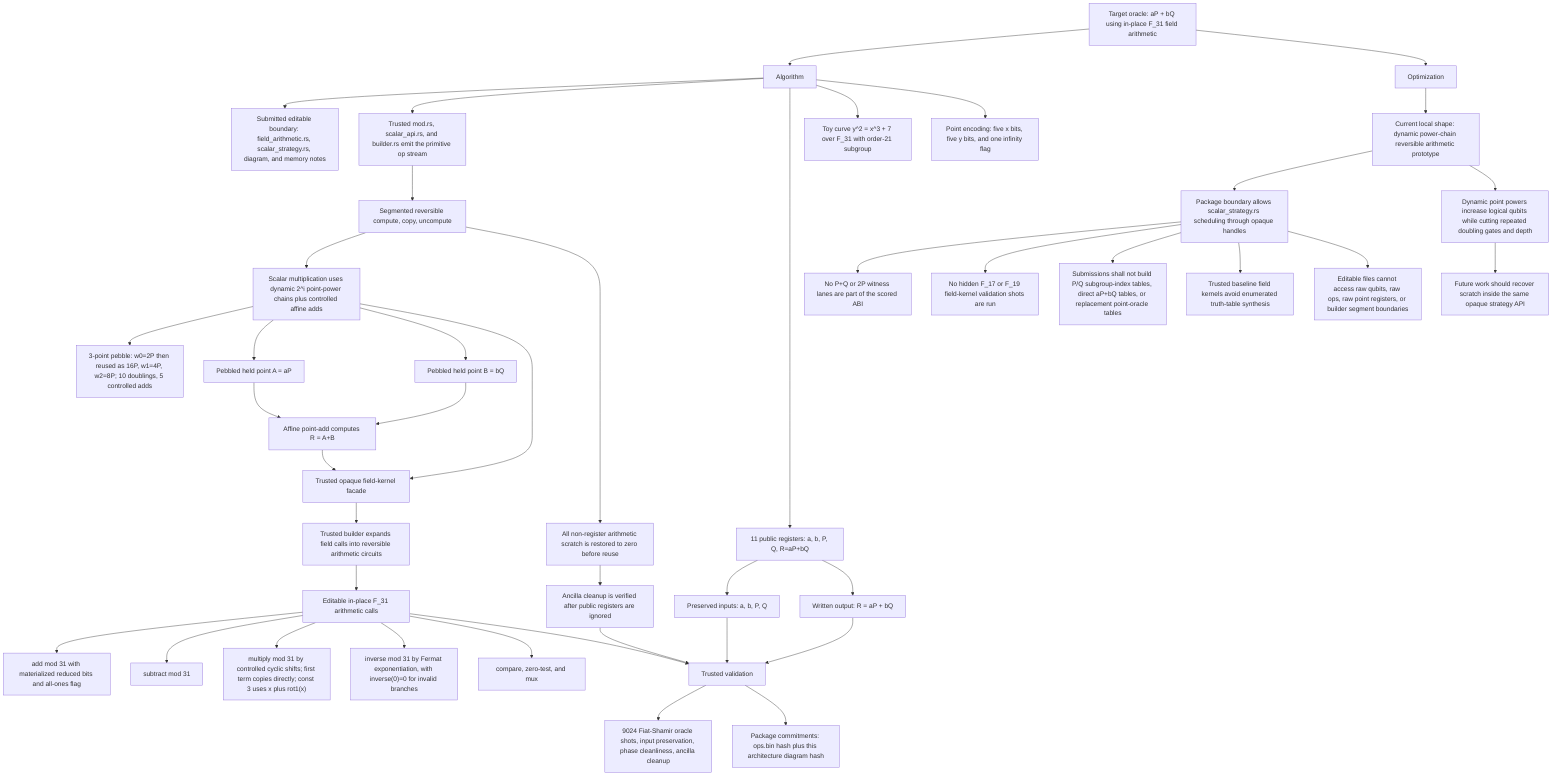
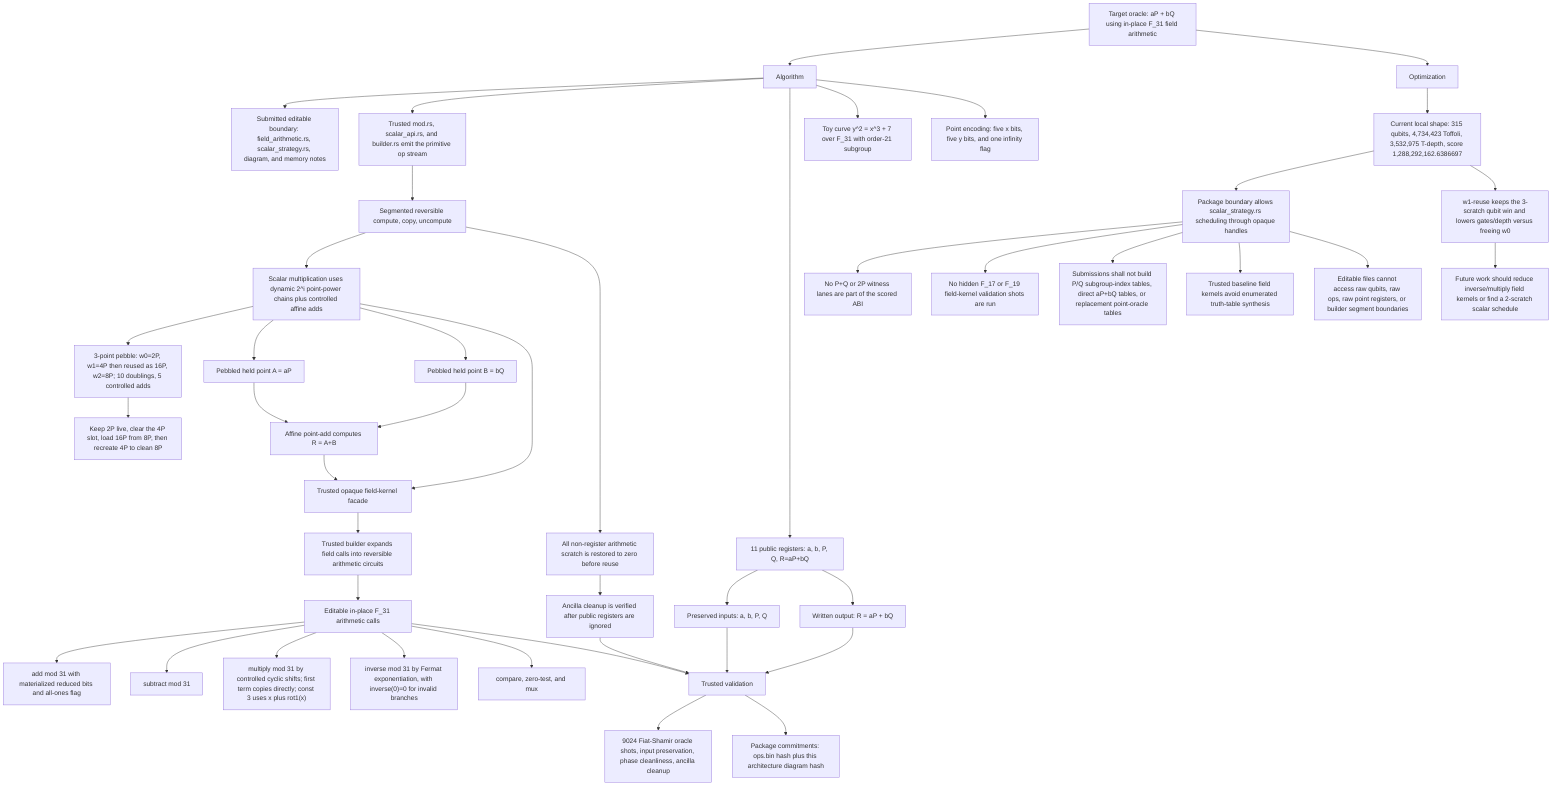
flowchart TD
  Target["Target oracle: aP + bQ using in-place F_31 field arithmetic"]
  Algorithm["Algorithm"]
  Optimization["Optimization"]

  Target --> Algorithm
  Target --> Optimization

  Algorithm --> Boundary["Submitted editable boundary: field_arithmetic.rs, scalar_strategy.rs, diagram, and memory notes"]
  Algorithm --> Build["Trusted mod.rs, scalar_api.rs, and builder.rs emit the primitive op stream"]
  Algorithm --> Registers["11 public registers: a, b, P, Q, R=aP+bQ"]
  Algorithm --> Curve["Toy curve y^2 = x^3 + 7 over F_31 with order-21 subgroup"]
  Algorithm --> Encoding["Point encoding: five x bits, five y bits, and one infinity flag"]

  Registers --> Preserve["Preserved inputs: a, b, P, Q"]
  Registers --> Outputs["Written output: R = aP + bQ"]

  Build --> Segment["Segmented reversible compute, copy, uncompute"]
  Segment --> ScalarPoint["Scalar multiplication uses dynamic 2^i point-power chains plus controlled affine adds"]
-   ScalarPoint --> PowerChain["3-point pebble: w0=2P then reused as 16P, w1=4P, w2=8P; 10 doublings, 5 controlled adds"]
+   ScalarPoint --> PowerChain["3-point pebble: w0=2P, w1=4P then reused as 16P, w2=8P; 10 doublings, 5 controlled adds"]
+   PowerChain --> Recycle["Keep 2P live, clear the 4P slot, load 16P from 8P, then recreate 4P to clean 8P"]
  ScalarPoint --> ScalarA["Pebbled held point A = aP"]
  ScalarPoint --> ScalarB["Pebbled held point B = bQ"]
  ScalarA --> PointAdd["Affine point-add computes R = A+B"]
  ScalarB --> PointAdd

  PointAdd --> FieldFacade["Trusted opaque field-kernel facade"]
  FieldFacade --> BuilderCircuits["Trusted builder expands field calls into reversible arithmetic circuits"]
  BuilderCircuits --> FieldArithmetic["Editable in-place F_31 arithmetic calls"]
  ScalarPoint --> FieldFacade
  FieldArithmetic --> FieldAdd["add mod 31 with materialized reduced bits and all-ones flag"]
  FieldArithmetic --> FieldSub["subtract mod 31"]
  FieldArithmetic --> FieldMul["multiply mod 31 by controlled cyclic shifts; first term copies directly; const 3 uses x plus rot1(x)"]
  FieldArithmetic --> FieldInv["inverse mod 31 by Fermat exponentiation, with inverse(0)=0 for invalid branches"]
  FieldArithmetic --> FieldMux["compare, zero-test, and mux"]

  Segment --> Cleanup["All non-register arithmetic scratch is restored to zero before reuse"]
  Cleanup --> Ancilla["Ancilla cleanup is verified after public registers are ignored"]

-   Optimization --> CurrentShape["Current local shape: dynamic power-chain reversible arithmetic prototype"]
+   Optimization --> CurrentShape["Current local shape: 315 qubits, 4,734,423 Toffoli, 3,532,975 T-depth, score 1,288,292,162.6386697"]
  CurrentShape --> Contract["Package boundary allows scalar_strategy.rs scheduling through opaque handles"]
  Contract --> NoPublicWitness["No P+Q or 2P witness lanes are part of the scored ABI"]
  Contract --> NoHiddenWitness["No hidden F_17 or F_19 field-kernel validation shots are run"]
  Contract --> NoLookupTables["Submissions shall not build P/Q subgroup-index tables, direct aP+bQ tables, or replacement point-oracle tables"]
  Contract --> NoFieldTruthTables["Trusted baseline field kernels avoid enumerated truth-table synthesis"]
  Contract --> NoRawBuilder["Editable files cannot access raw qubits, raw ops, raw point registers, or builder segment boundaries"]
-   CurrentShape --> Tradeoff["Dynamic point powers increase logical qubits while cutting repeated doubling gates and depth"]
-   Tradeoff --> ReplaceLater["Future work should recover scratch inside the same opaque strategy API"]
+   CurrentShape --> Tradeoff["w1-reuse keeps the 3-scratch qubit win and lowers gates/depth versus freeing w0"]
+   Tradeoff --> ReplaceLater["Future work should reduce inverse/multiply field kernels or find a 2-scratch scalar schedule"]

  Preserve --> Validation["Trusted validation"]
  Outputs --> Validation
  FieldArithmetic --> Validation
  Ancilla --> Validation
  Validation --> Checks["9024 Fiat-Shamir oracle shots, input preservation, phase cleanliness, ancilla cleanup"]
  Validation --> Commitments["Package commitments: ops.bin hash plus this architecture diagram hash"]
